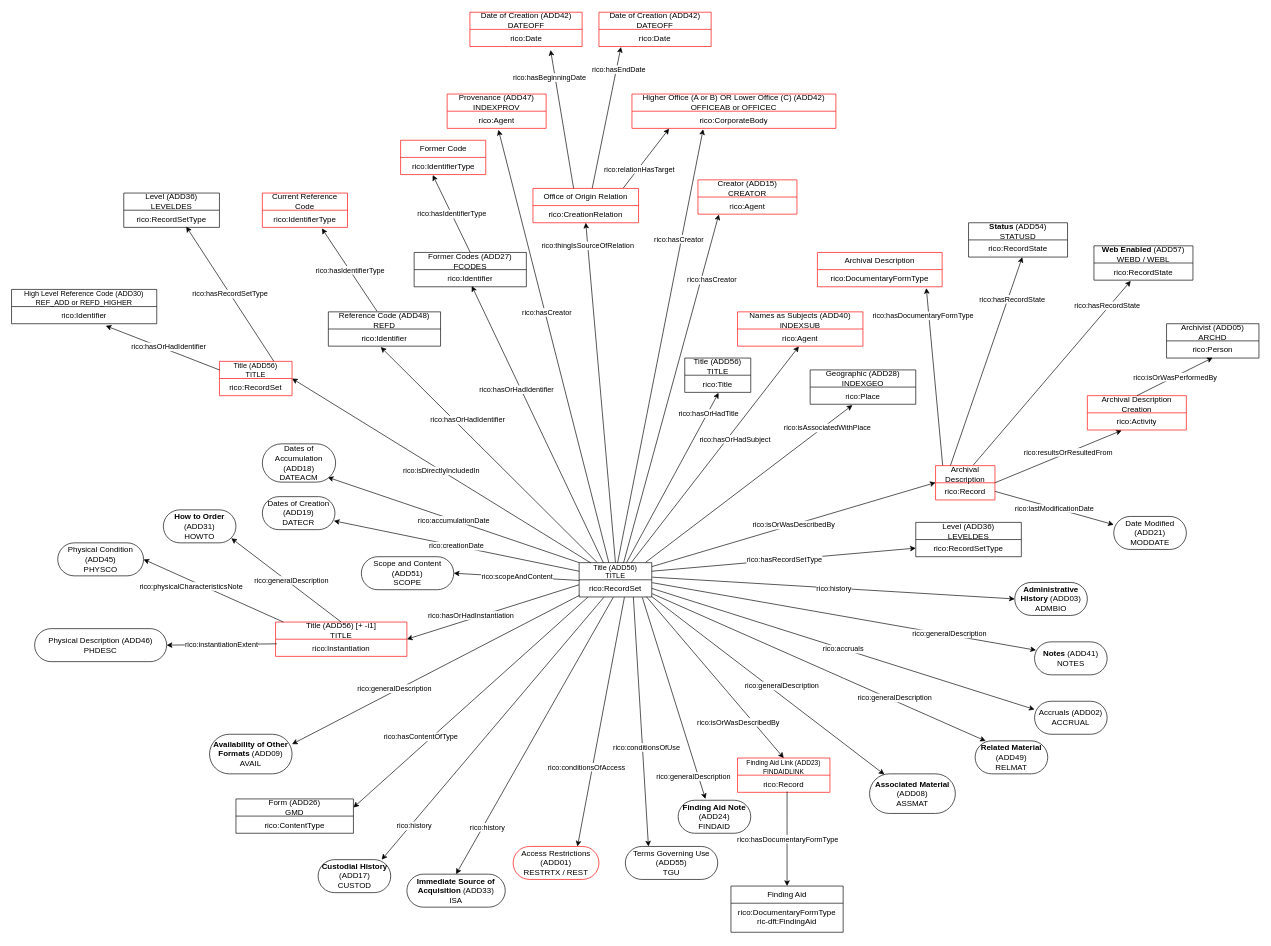
Above: gbad/schema/description-listings/General ADD (Descriptions and Listings) to RiC-O Model (v1.0 - 17 June 2024).drawio in williamsonrichard/records_in_contexts_draw_io_parser (draw.io), before the change. Source tidied: cells renumbered, new cells numbered last; positions are measured from the earlier drawing's top-left corner, leaving out a move shared by most shapes. Both pictures are drawn from the tidied source at 66%, with x=0, y=0 at pixel (11, 12).
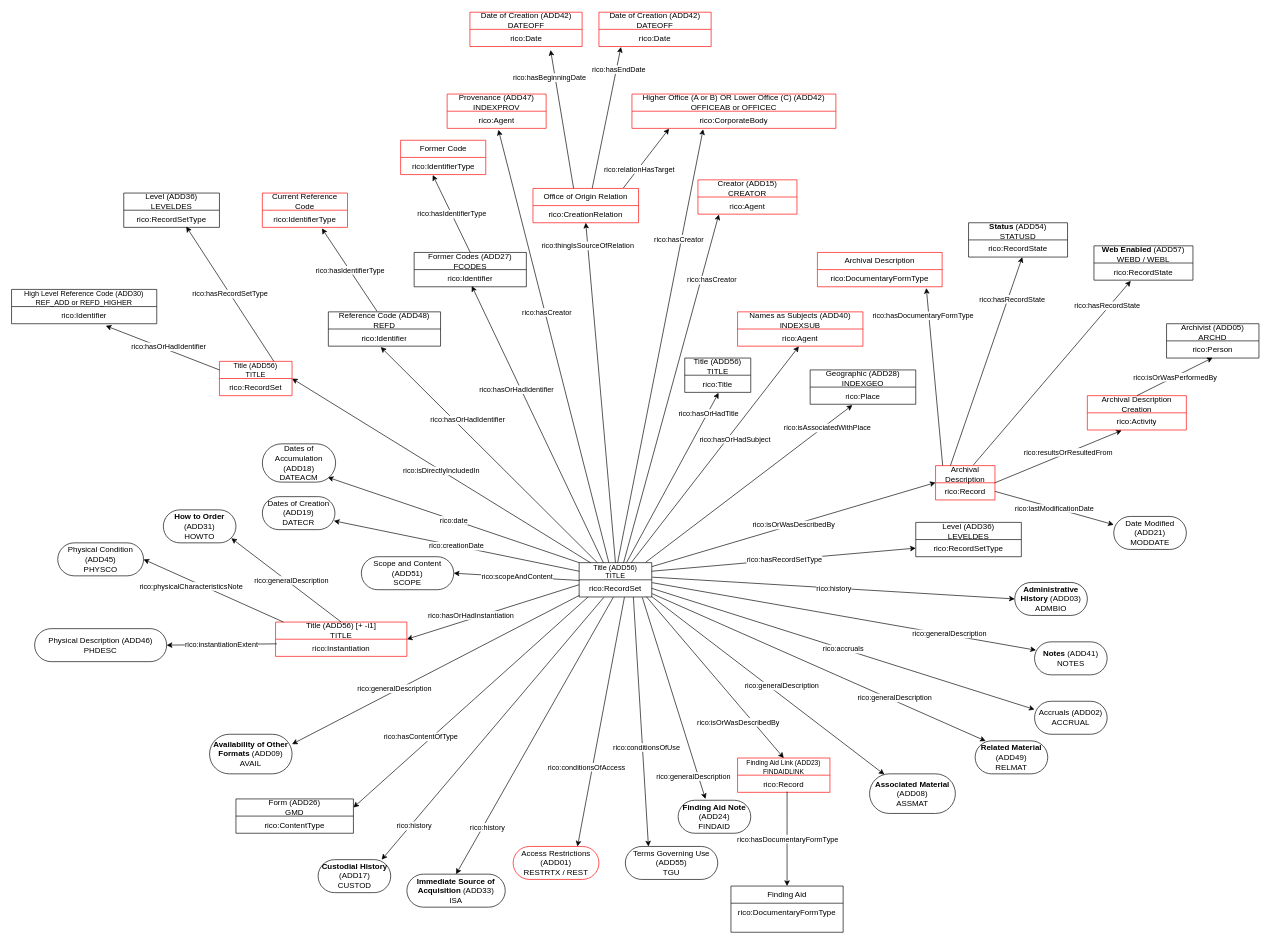
Above is the later version.

The change refers to these unchanged cells:
```xml
<mxCell id="35" value="Finding Aid" style="swimlane;fontStyle=0;horizontal=1;startSize=26;fillColor=none;whiteSpace=wrap;html=1;" parent="1" vertex="1">
  <mxGeometry x="1090" y="1324" width="170" height="70" as="geometry" />
</mxCell>
<mxCell id="150" style="endArrow=classic;html=1;rounded=0;exitX=0;exitY=0;exitDx=0;exitDy=0;entryX=0.893;entryY=0.874;entryDx=0;entryDy=0;entryPerimeter=0;" parent="1" edge="1" source="2" target="152">
  <mxGeometry relative="1" as="geometry" />
</mxCell>
```

Change to the diagram source:
```diff
@@
-    <mxCell id="36" value="rico:DocumentaryFormType&lt;div&gt;ric-dft:FindingAid&lt;br&gt;&lt;div&gt;&lt;br&gt;&lt;/div&gt;&lt;/div&gt;" style="text;strokeColor=none;fillColor=none;align=center;verticalAlign=top;spacingLeft=4;spacingRight=4;overflow=hidden;whiteSpace=wrap;html=1;" parent="35" vertex="1">
+    <mxCell id="36" value="rico:DocumentaryFormType&lt;div&gt;&lt;div&gt;&lt;br&gt;&lt;/div&gt;&lt;/div&gt;" style="text;strokeColor=none;fillColor=none;align=center;verticalAlign=top;spacingLeft=4;spacingRight=4;overflow=hidden;whiteSpace=wrap;html=1;" parent="35" vertex="1">
       <mxGeometry y="26" width="170" height="44" as="geometry" />
     </mxCell>
@@
-    <mxCell id="151" value="rico:accumulationDate" style="edgeLabel;html=1;align=center;verticalAlign=middle;" parent="150" vertex="1">
+    <mxCell id="151" value="rico:date" style="edgeLabel;html=1;align=center;verticalAlign=middle;" parent="150" vertex="1">
       <mxGeometry relative="1" as="geometry" />
     </mxCell>
```
